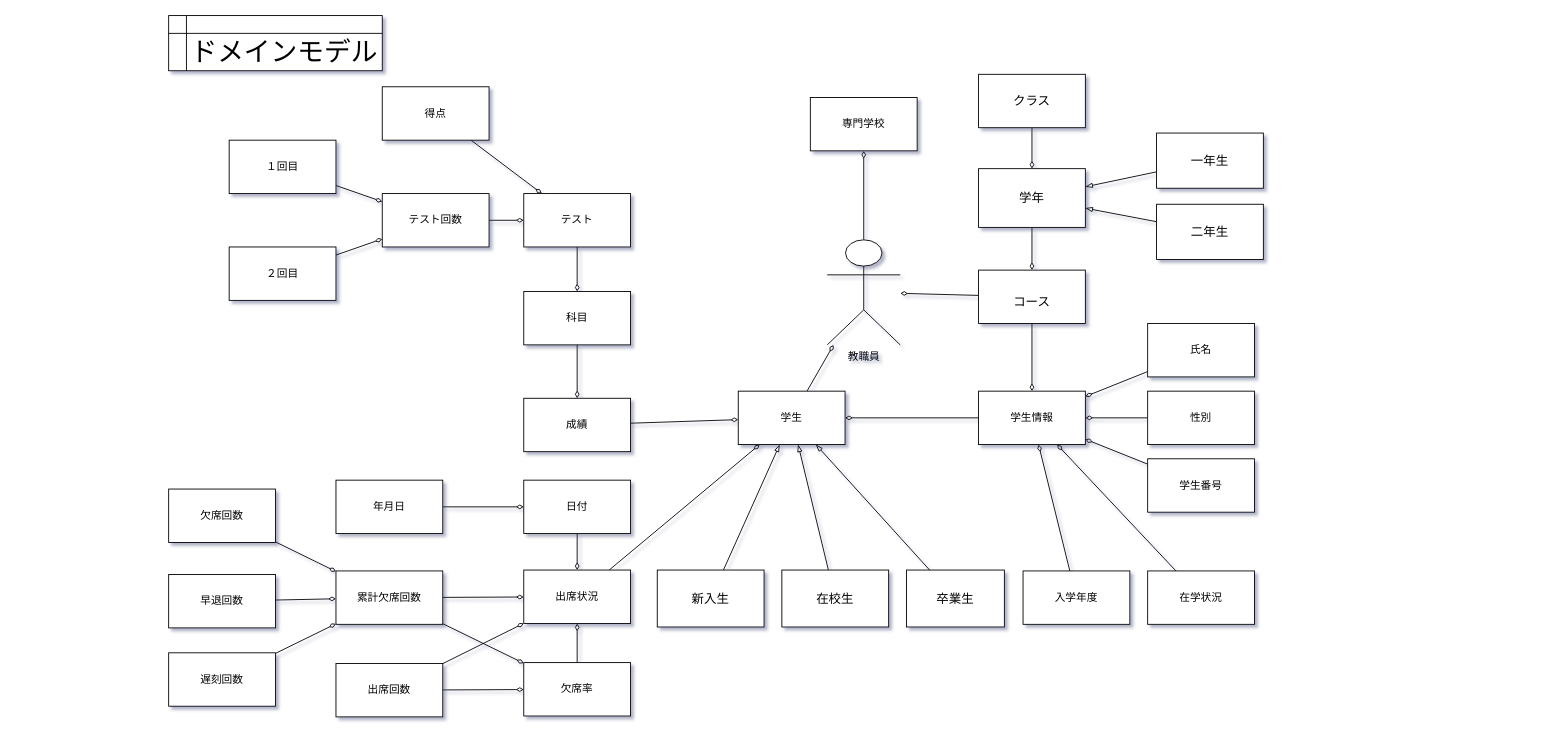
Earlier version of the draw.io diagram page "ドメインモデル" (8 of 18) of rakugaki.drawio (SIGESPLIDE/team_C). Source tidied: cells renumbered, new cells numbered last; positions are measured from the earlier drawing's top-left corner, leaving out a move shared by most shapes. Both pictures are drawn from the tidied source at 89%, with x=0, y=0 at pixel (168, 15).
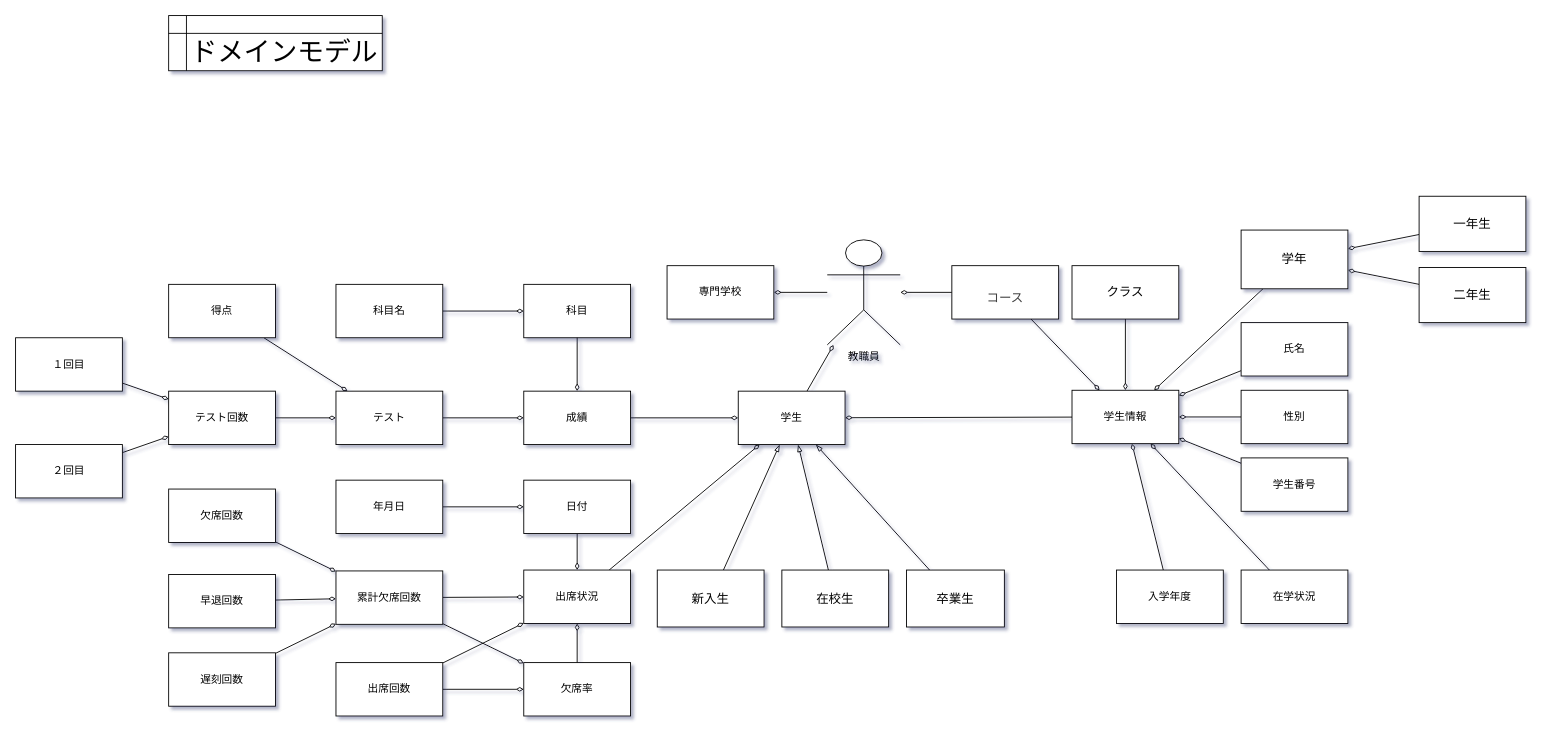
After the change.

Commit message:
ドメインモデルなおした

What changed in the source:
```diff
@@
-    <mxCell id="4" value="&lt;font style=&quot;font-size: 14px;&quot;&gt;コース&lt;/font&gt;" style="rounded=0;whiteSpace=wrap;html=1;fontSize=30;spacing=0;" parent="1" vertex="1">
-      <mxGeometry x="910" y="286" width="120" height="60" as="geometry" />
+    <mxCell id="4" value="&lt;div&gt;&lt;span style=&quot;color: rgb(63, 63, 63); font-size: 14px; background-color: transparent;&quot;&gt;コース&lt;/span&gt;&lt;/div&gt;" style="rounded=0;whiteSpace=wrap;html=1;fontSize=30;spacing=0;" parent="1" vertex="1">
+      <mxGeometry x="880" y="281" width="120" height="60" as="geometry" />
     </mxCell>
-    <mxCell id="5" style="rounded=0;jettySize=auto;html=1;endArrow=diamondThin;endFill=0;" parent="1" edge="1" source="6" target="4">
+    <mxCell id="5" style="rounded=0;jettySize=auto;html=1;endArrow=diamondThin;endFill=0;" parent="1" edge="1" source="6" target="62">
       <mxGeometry relative="1" as="geometry" />
     </mxCell>
     <mxCell id="6" value="学年" style="rounded=0;whiteSpace=wrap;html=1;fontSize=14;" parent="1" vertex="1">
-      <mxGeometry x="910" y="172" width="120" height="66" as="geometry" />
+      <mxGeometry x="1205" y="241" width="120" height="66" as="geometry" />
     </mxCell>
-    <mxCell id="7" style="rounded=0;jettySize=auto;html=1;endArrow=diamondThin;endFill=0;" parent="1" edge="1" source="8" target="6">
+    <mxCell id="7" style="rounded=0;jettySize=auto;html=1;endArrow=diamondThin;endFill=0;" parent="1" edge="1" source="8" target="62">
       <mxGeometry relative="1" as="geometry" />
     </mxCell>
     <mxCell id="8" value="クラス" style="rounded=0;whiteSpace=wrap;html=1;fontSize=14;" parent="1" vertex="1">
-      <mxGeometry x="910" y="66" width="120" height="60" as="geometry" />
+      <mxGeometry x="1015" y="281" width="120" height="60" as="geometry" />
     </mxCell>
-    <mxCell id="9" style="rounded=0;jettySize=auto;html=1;endArrow=blockThin;endFill=0;" parent="1" edge="1" source="10" target="6">
+    <mxCell id="9" style="rounded=0;jettySize=auto;html=1;endArrow=diamondThin;endFill=0;" parent="1" edge="1" source="10" target="6">
       <mxGeometry relative="1" as="geometry" />
     </mxCell>
     <mxCell id="10" value="一年生" style="rounded=0;whiteSpace=wrap;html=1;fontSize=14;" parent="1" vertex="1">
-      <mxGeometry x="1110" y="132" width="120" height="62" as="geometry" />
+      <mxGeometry x="1405" y="203" width="120" height="62" as="geometry" />
     </mxCell>
-    <mxCell id="11" style="rounded=0;jettySize=auto;html=1;endArrow=blockThin;endFill=0;" parent="1" edge="1" source="12" target="6">
+    <mxCell id="11" style="rounded=0;jettySize=auto;html=1;endArrow=diamondThin;endFill=0;" parent="1" edge="1" source="12" target="6">
       <mxGeometry relative="1" as="geometry" />
     </mxCell>
     <mxCell id="12" value="二年生" style="rounded=0;whiteSpace=wrap;html=1;fontSize=14;" parent="1" vertex="1">
-      <mxGeometry x="1110" y="212" width="120" height="62" as="geometry" />
+      <mxGeometry x="1405" y="283" width="120" height="62" as="geometry" />
     </mxCell>
@@
     <mxCell id="26" value="在学状況" style="rounded=0;whiteSpace=wrap;html=1;" parent="1" vertex="1">
-      <mxGeometry x="1100" y="624" width="120" height="60" as="geometry" />
+      <mxGeometry x="1205" y="623" width="120" height="60" as="geometry" />
     </mxCell>
@@
     <mxCell id="32" value="出席回数" style="whiteSpace=wrap;html=1;" parent="1" vertex="1">
-      <mxGeometry x="188" y="728" width="120" height="60" as="geometry" />
+      <mxGeometry x="188" y="727" width="120" height="60" as="geometry" />
     </mxCell>
@@
     <mxCell id="39" value="専門学校" style="whiteSpace=wrap;html=1;" parent="1" vertex="1">
-      <mxGeometry x="721" y="92" width="120" height="60" as="geometry" />
+      <mxGeometry x="560" y="281" width="120" height="60" as="geometry" />
     </mxCell>
@@
     <mxCell id="41" value="氏名" style="whiteSpace=wrap;html=1;" parent="1" vertex="1">
-      <mxGeometry x="1100" y="346" width="120" height="60" as="geometry" />
+      <mxGeometry x="1205" y="345" width="120" height="60" as="geometry" />
     </mxCell>
@@
     <mxCell id="43" value="性別" style="whiteSpace=wrap;html=1;" parent="1" vertex="1">
-      <mxGeometry x="1100" y="422" width="120" height="60" as="geometry" />
+      <mxGeometry x="1205" y="421" width="120" height="60" as="geometry" />
     </mxCell>
@@
     <mxCell id="45" value="学生番号" style="whiteSpace=wrap;html=1;" parent="1" vertex="1">
-      <mxGeometry x="1100" y="498" width="120" height="60" as="geometry" />
+      <mxGeometry x="1205" y="497" width="120" height="60" as="geometry" />
     </mxCell>
@@
     <mxCell id="47" value="入学年度" style="whiteSpace=wrap;html=1;" parent="1" vertex="1">
-      <mxGeometry x="960" y="624" width="120" height="60" as="geometry" />
+      <mxGeometry x="1065" y="623" width="120" height="60" as="geometry" />
     </mxCell>
@@
     <mxCell id="49" value="得点" style="rounded=0;whiteSpace=wrap;html=1;" parent="1" vertex="1">
-      <mxGeometry x="240" y="80" width="120" height="60" as="geometry" />
+      <mxGeometry y="302" width="120" height="60" as="geometry" />
     </mxCell>
     <mxCell id="50" value="科目" style="rounded=0;whiteSpace=wrap;html=1;" parent="1" vertex="1">
-      <mxGeometry x="399" y="310" width="120" height="60" as="geometry" />
+      <mxGeometry x="399" y="302" width="120" height="60" as="geometry" />
     </mxCell>
     <mxCell id="51" value="成績" style="rounded=0;whiteSpace=wrap;html=1;" parent="1" vertex="1">
-      <mxGeometry x="399" y="430" width="120" height="60" as="geometry" />
+      <mxGeometry x="399" y="422" width="120" height="60" as="geometry" />
     </mxCell>
@@
     <mxCell id="54" value="１回目" style="whiteSpace=wrap;html=1;" parent="1" vertex="1">
-      <mxGeometry x="68" y="140" width="120" height="60" as="geometry" />
+      <mxGeometry x="-172" y="362" width="120" height="60" as="geometry" />
     </mxCell>
@@
     <mxCell id="56" value="２回目" style="whiteSpace=wrap;html=1;" parent="1" vertex="1">
-      <mxGeometry x="68" y="260" width="120" height="60" as="geometry" />
+      <mxGeometry x="-172" y="482" width="120" height="60" as="geometry" />
     </mxCell>
@@
     <mxCell id="58" value="テスト回数" style="whiteSpace=wrap;html=1;" parent="1" vertex="1">
-      <mxGeometry x="240" y="200" width="120" height="60" as="geometry" />
+      <mxGeometry y="422" width="120" height="60" as="geometry" />
     </mxCell>
-    <mxCell id="59" style="rounded=0;jettySize=auto;html=1;endArrow=diamondThin;endFill=0;" parent="1" edge="1" source="60" target="50">
+    <mxCell id="59" style="rounded=0;jettySize=auto;html=1;endArrow=diamondThin;endFill=0;" parent="1" edge="1" source="60" target="51">
       <mxGeometry relative="1" as="geometry" />
     </mxCell>
     <mxCell id="60" value="テスト" style="whiteSpace=wrap;html=1;" parent="1" vertex="1">
-      <mxGeometry x="399" y="200" width="120" height="60" as="geometry" />
+      <mxGeometry x="188" y="422" width="120" height="60" as="geometry" />
     </mxCell>
@@
     <mxCell id="62" value="学生情報" style="whiteSpace=wrap;html=1;" parent="1" vertex="1">
-      <mxGeometry x="910" y="422" width="120" height="60" as="geometry" />
+      <mxGeometry x="1015" y="421" width="120" height="60" as="geometry" />
     </mxCell>
@@
+    <mxCell id="72" style="edgeStyle=none;html=1;endArrow=diamondThin;endFill=0;" parent="1" edge="1" source="73" target="50">
+      <mxGeometry relative="1" as="geometry" />
+    </mxCell>
+    <mxCell id="73" value="科目名" style="rounded=0;whiteSpace=wrap;html=1;" parent="1" vertex="1">
+      <mxGeometry x="188" y="302" width="120" height="60" as="geometry" />
+    </mxCell>
```
